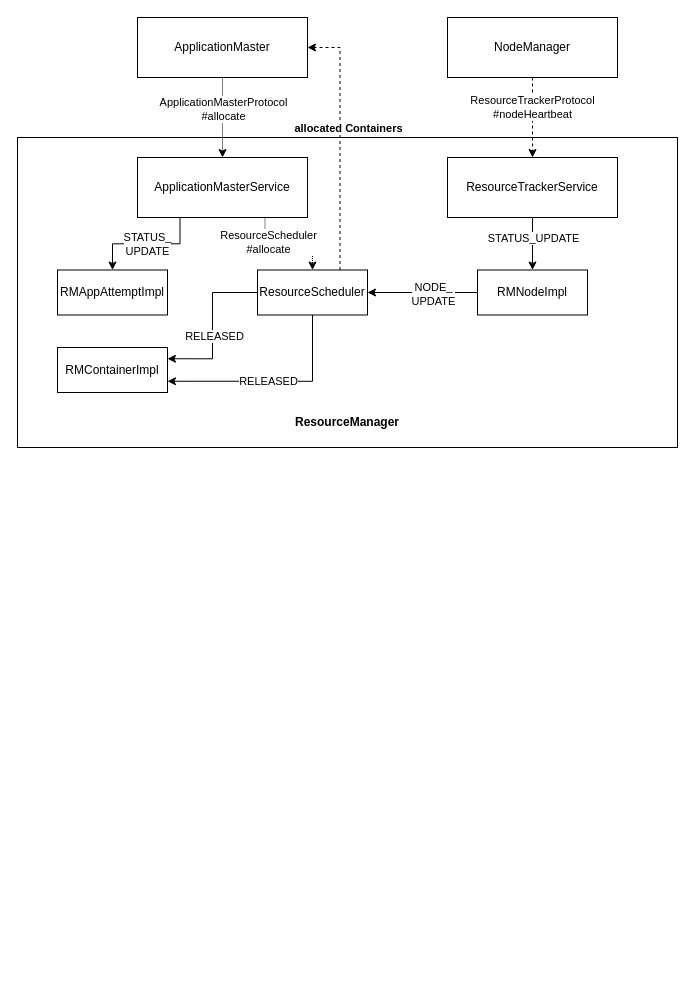
Earlier version of the draw.io diagram Yarn/05_Container分配与申请流程.drawio (chenshuai1995/a-imgs). Source tidied: cells renumbered, new cells numbered last; positions are measured from the earlier drawing's top-left corner, leaving out a move shared by most shapes. Both pictures are drawn from the tidied source at 100%, with x=0, y=0 at pixel (17, 17).
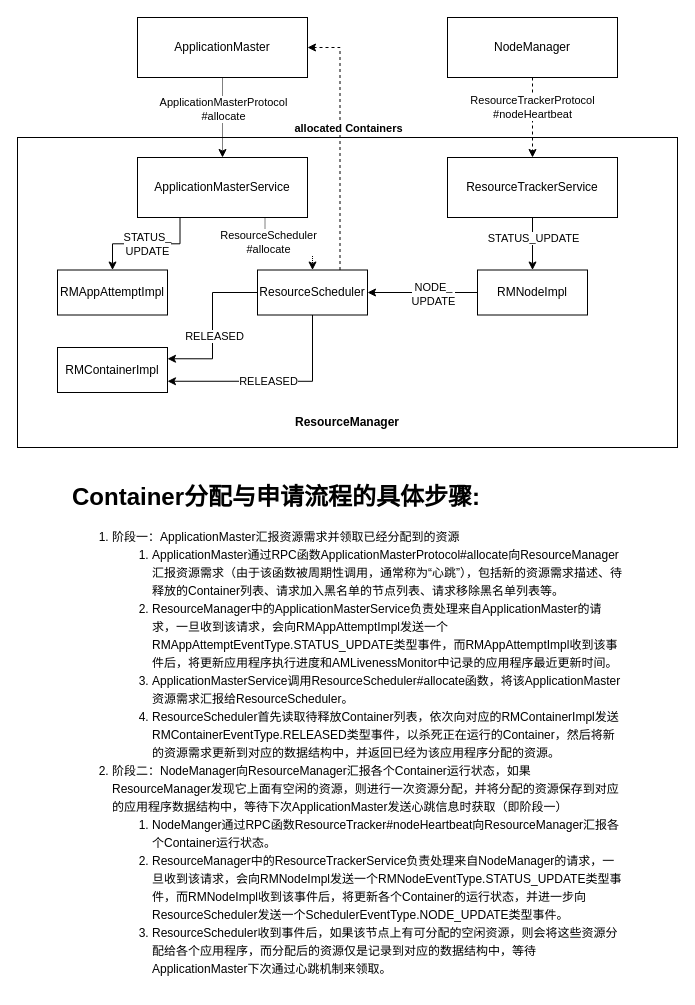
After the change.

Commit message (it also covers changes not shown here):
更新05_Container分配与申请流程.drawio

The edit, as a diff of the source:
```diff
@@
+    <mxCell id="29" value="&lt;h1&gt;Container分配与申请流程的具体步骤:&lt;/h1&gt;&lt;p&gt;&lt;/p&gt;&lt;ol style=&quot;line-height: 150%&quot;&gt;&lt;li&gt;阶段一：ApplicationMaster汇报资源需求并领取已经分配到的资源&lt;br&gt;&lt;/li&gt;&lt;ol&gt;&lt;li&gt;ApplicationMaster通过RPC函数ApplicationMasterProtocol#allocate向ResourceManager汇报资源需求（由于该函数被周期性调用，通常称为“心跳”），包括新的资源需求描述、待释放的Container列表、请求加入黑名单的节点列表、请求移除黑名单列表等。&lt;br&gt;&lt;/li&gt;&lt;li&gt;ResourceManager中的ApplicationMasterService负责处理来自ApplicationMaster的请求，一旦收到该请求，会向RMAppAttemptImpl发送一个RMAppAttemptEventType.STATUS_UPDATE类型事件，而RMAppAttemptImpl收到该事件后，将更新应用程序执行进度和AMLivenessMonitor中记录的应用程序最近更新时间。&lt;br&gt;&lt;/li&gt;&lt;li&gt;ApplicationMasterService调用ResourceScheduler#allocate函数，将该ApplicationMaster资源需求汇报给ResourceScheduler。&lt;br&gt;&lt;/li&gt;&lt;li&gt;ResourceScheduler首先读取待释放Container列表，依次向对应的RMContainerImpl发送RMContainerEventType.RELEASED类型事件，以杀死正在运行的Container，然后将新的资源需求更新到对应的数据结构中，并返回已经为该应用程序分配的资源。&lt;br&gt;&lt;/li&gt;&lt;/ol&gt;&lt;li&gt;阶段二：NodeManager向ResourceManager汇报各个Container运行状态，如果ResourceManager发现它上面有空闲的资源，则进行一次资源分配，并将分配的资源保存到对应的应用程序数据结构中，等待下次ApplicationMaster发送心跳信息时获取（即阶段一）&lt;br&gt;&lt;/li&gt;&lt;ol&gt;&lt;li&gt;NodeManger通过RPC函数ResourceTracker#nodeHeartbeat向ResourceManager汇报各个Container运行状态。&lt;br&gt;&lt;/li&gt;&lt;li&gt;ResourceManager中的ResourceTrackerService负责处理来自NodeManager的请求，一旦收到该请求，会向RMNodeImpl发送一个RMNodeEventType.STATUS_UPDATE类型事件，而RMNodeImpl收到该事件后，将更新各个Container的运行状态，并进一步向ResourceScheduler发送一个SchedulerEventType.NODE_UPDATE类型事件。&lt;br&gt;&lt;/li&gt;&lt;li&gt;ResourceScheduler收到事件后，如果该节点上有可分配的空闲资源，则会将这些资源分配给各个应用程序，而分配后的资源仅是记录到对应的数据结构中，等待ApplicationMaster下次通过心跳机制来领取。&lt;br&gt;&lt;/li&gt;&lt;/ol&gt;&lt;/ol&gt;&lt;p&gt;&lt;/p&gt;" style="text;html=1;strokeColor=none;fillColor=none;spacing=5;spacingTop=-20;whiteSpace=wrap;overflow=hidden;rounded=0;" parent="1" vertex="1">
+      <mxGeometry x="50" y="460" width="560" height="510" as="geometry" />
+    </mxCell>
```
